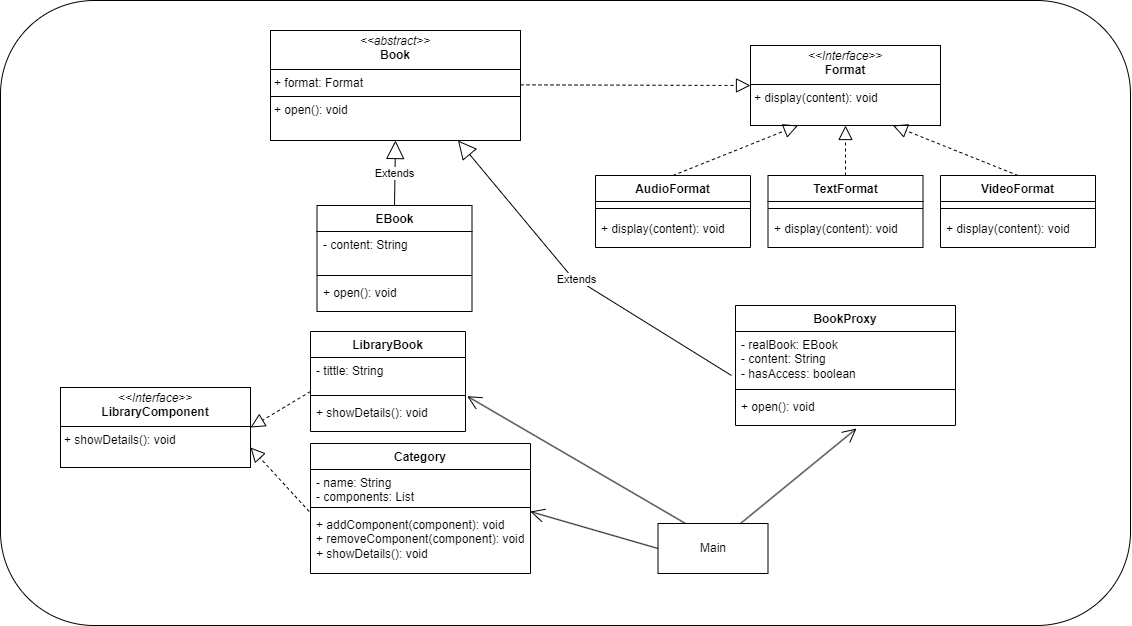
The draw.io diagram PATRONES_ESTRUCTURALES.png in AndresFRivero/PatronesEstructurales, before a commit. Source tidied: cells renumbered, new cells last; positions are measured from the earlier drawing's top-left corner, leaving out a move shared by most shapes.
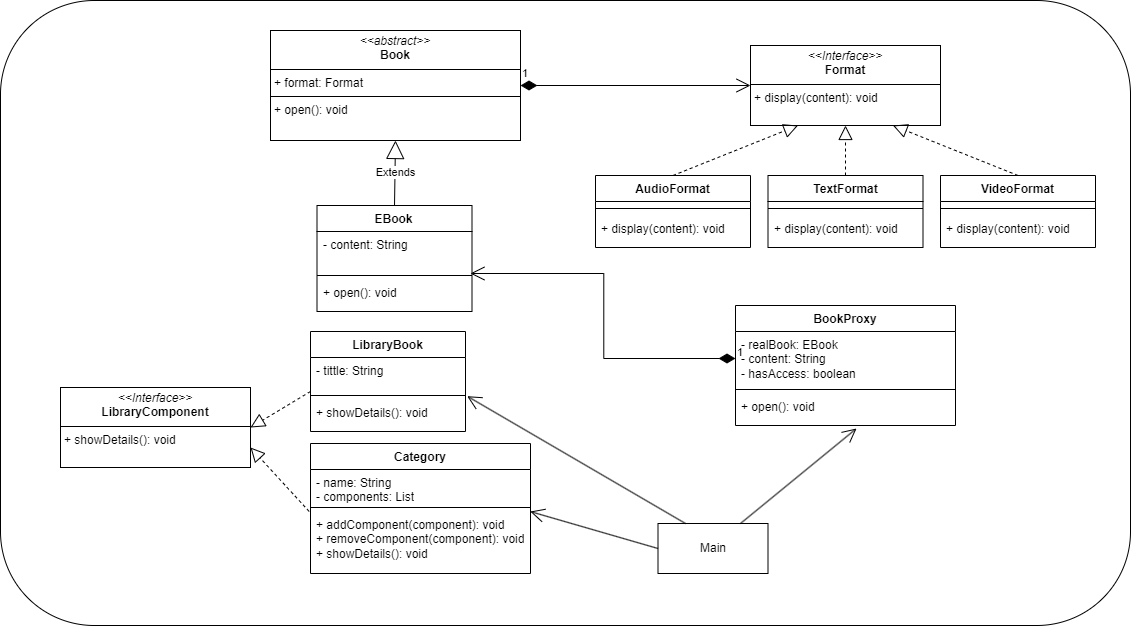
Later version of the same file.

Commit message:
Ajuste diagrama

Diff of the diagram source:
```diff
@@ -11,11 +11,6 @@
     <mxCell id="4" value="&lt;p style=&quot;margin:0px;margin-top:4px;text-align:center;&quot;&gt;&lt;i&gt;&amp;lt;&amp;lt;abstract&amp;gt;&amp;gt;&lt;/i&gt;&lt;br&gt;&lt;b&gt;Book&lt;/b&gt;&lt;/p&gt;&lt;hr size=&quot;1&quot; style=&quot;border-style:solid;&quot;&gt;&lt;p style=&quot;margin:0px;margin-left:4px;&quot;&gt;+ format: Format&lt;/p&gt;&lt;hr size=&quot;1&quot; style=&quot;border-style:solid;&quot;&gt;&lt;p style=&quot;margin:0px;margin-left:4px;&quot;&gt;+ open(): void&lt;br&gt;&lt;br&gt;&lt;/p&gt;" style="verticalAlign=top;align=left;overflow=fill;html=1;whiteSpace=wrap;" parent="1" vertex="1">
       <mxGeometry x="270" y="30" width="250" height="110" as="geometry" />
     </mxCell>
-    <mxCell id="5" style="endArrow=block;dashed=1;endFill=0;endSize=12;html=1;rounded=0;entryX=0;entryY=0.5;entryDx=0;entryDy=0;exitX=1;exitY=0.5;exitDx=0;exitDy=0;" parent="1" edge="1" target="3">
-      <mxGeometry relative="1" as="geometry">
-        <mxPoint x="520" y="84.4" as="sourcePoint" />
-      </mxGeometry>
-    </mxCell>
     <mxCell id="6" value="EBook" style="swimlane;fontStyle=1;align=center;verticalAlign=top;horizontal=1;startSize=26;whiteSpace=wrap;html=1;" parent="1" vertex="1">
       <mxGeometry x="316.5" y="205" width="155" height="106" as="geometry" />
     </mxCell>
@@ -112,14 +107,6 @@
     <mxCell id="37" value="+ open(): void" style="text;strokeColor=none;fillColor=none;align=left;verticalAlign=top;spacingLeft=4;spacingRight=4;overflow=hidden;points=[[0,0.5],[1,0.5]];portConstraint=eastwest;whiteSpace=wrap;html=1;" parent="34" vertex="1">
       <mxGeometry y="88" width="220" height="32" as="geometry" />
     </mxCell>
-    <mxCell id="38" value="Extends" style="endArrow=block;endSize=16;endFill=0;html=1;rounded=0;entryX=0.75;entryY=1;entryDx=0;entryDy=0;" parent="1" edge="1" target="4">
-      <mxGeometry relative="1" as="geometry">
-        <mxPoint x="731" y="375" as="sourcePoint" />
-        <Array as="points">
-          <mxPoint x="570" y="275" />
-        </Array>
-      </mxGeometry>
-    </mxCell>
     <mxCell id="39" value="Main" style="html=1;whiteSpace=wrap;" parent="1" vertex="1">
       <mxGeometry x="657.5" y="523" width="110" height="50" as="geometry" />
     </mxCell>
@@ -132,5 +119,11 @@
     <mxCell id="42" style="endArrow=open;endFill=1;endSize=12;html=1;rounded=0;exitX=0;exitY=0.5;exitDx=0;exitDy=0;entryX=0.999;entryY=0.001;entryDx=0;entryDy=0;entryPerimeter=0;" parent="1" edge="1" source="39" target="32">
       <mxGeometry relative="1" as="geometry" />
     </mxCell>
+    <mxCell id="43" value="1" style="endArrow=open;html=1;endSize=12;startArrow=diamondThin;startSize=14;startFill=1;edgeStyle=orthogonalEdgeStyle;align=left;verticalAlign=bottom;rounded=0;entryX=0;entryY=0.5;entryDx=0;entryDy=0;exitX=1;exitY=0.5;exitDx=0;exitDy=0;" parent="1" edge="1" source="4" target="3">
+      <mxGeometry x="-1" y="3" relative="1" as="geometry" />
+    </mxCell>
+    <mxCell id="44" value="1" style="endArrow=open;html=1;endSize=12;startArrow=diamondThin;startSize=14;startFill=1;edgeStyle=orthogonalEdgeStyle;align=left;verticalAlign=bottom;rounded=0;entryX=0.99;entryY=0.25;entryDx=0;entryDy=0;exitX=0;exitY=0.5;exitDx=0;exitDy=0;entryPerimeter=0;" parent="1" edge="1" source="35" target="8">
+      <mxGeometry x="-1" y="3" relative="1" as="geometry" />
+    </mxCell>
   </root>
 </mxGraphModel>
```
